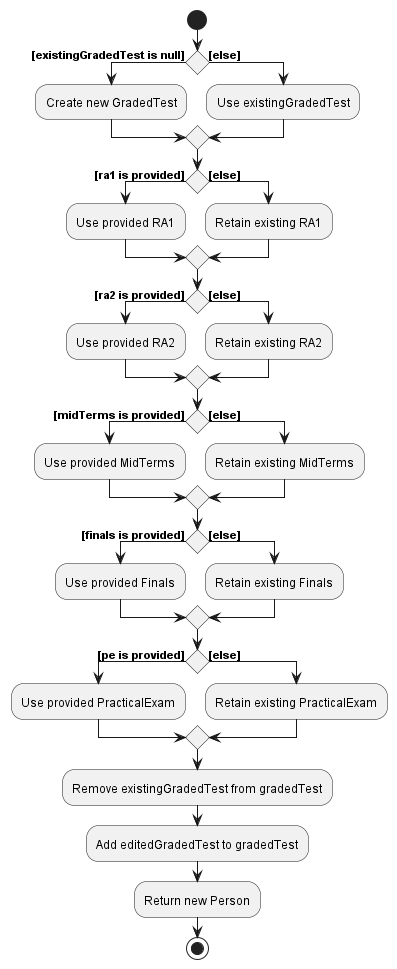
This is docs/images/CreateEditedGradedTestPersonAD.png from raydenlim/tp, a PlantUML export, as it was before one commit. The source it was exported from:
```plantuml
@startuml
!include style.puml

start
if () then ([existingGradedTest is null])
    :Create new GradedTest;
else ([else])
    :Use existingGradedTest;
endif

if () then ([ra1 is provided])
    :Use provided RA1;
else ([else])
    :Retain existing RA1;
endif
if () then ([ra2 is provided])
    :Use provided RA2;
else ([else])
    :Retain existing RA2;
endif
if () then ([midTerms is provided])
    :Use provided MidTerms;
else ([else])
    :Retain existing MidTerms;
endif
if () then ([finals is provided])
    :Use provided Finals;
else ([else])
    :Retain existing Finals;
endif
if () then ([pe is provided])
    :Use provided PracticalExam;
else ([else])
    :Retain existing PracticalExam;
endif

:Remove existingGradedTest from gradedTest;
:Add editedGradedTest to gradedTest;

:Return new Person;
stop
@enduml
```
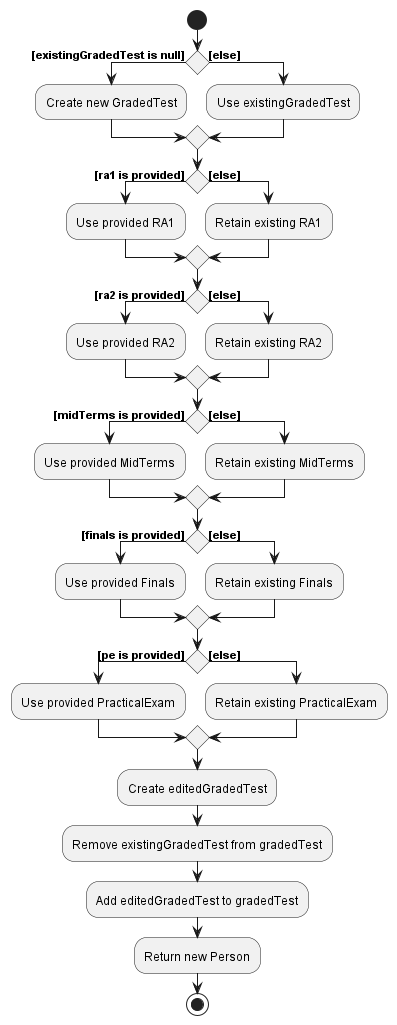
After the change.

Diff of the diagram source:
```diff
@@ -34,6 +34,7 @@
     :Retain existing PracticalExam;
 endif
 
+:Create editedGradedTest;
 :Remove existingGradedTest from gradedTest;
 :Add editedGradedTest to gradedTest;
 
```
